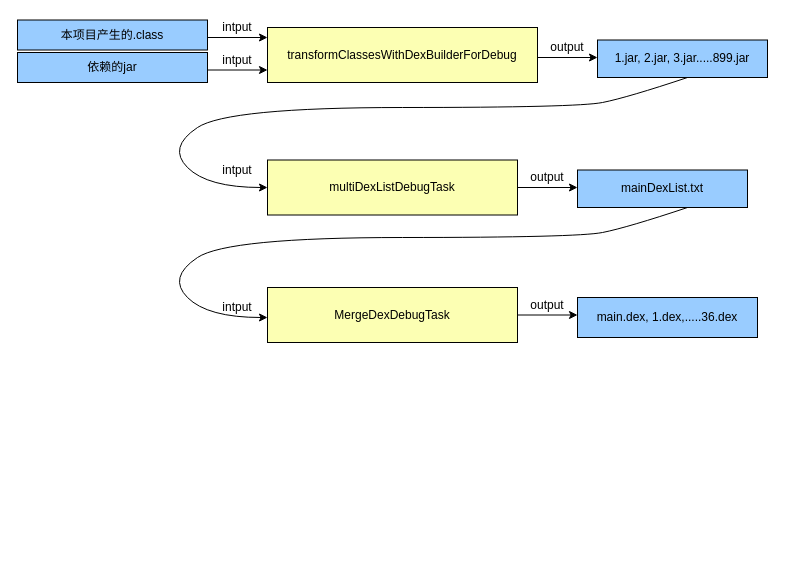
shinecjj/UML keeps this draw.io diagram as page "Page-5" (5 of 6) of T9.drawio. Above is the earlier version. Source tidied: cells renumbered, new cells numbered last; positions are measured from the earlier drawing's top-left corner, leaving out a move shared by most shapes. Both pictures are drawn from the tidied source at 100%, with x=0, y=0 at pixel (17, 17).
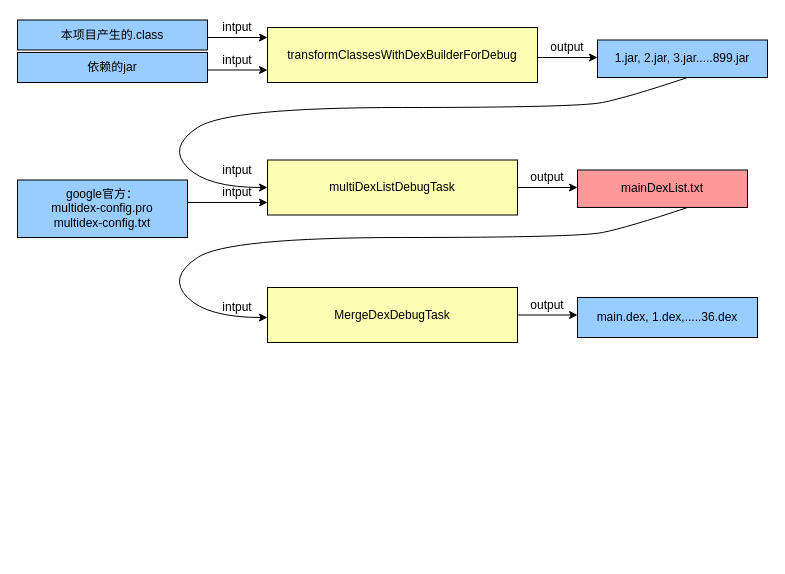
The same diagram, later.

The edit, as a diff of the source:
```diff
@@
-    <mxCell id="18" value="mainDexList.txt" style="rounded=0;whiteSpace=wrap;html=1;strokeColor=#000000;fillColor=#99CCFF;" parent="1" vertex="1">
+    <mxCell id="18" value="mainDexList.txt" style="rounded=0;whiteSpace=wrap;html=1;strokeColor=#000000;fillColor=#FF9999;" parent="1" vertex="1">
       <mxGeometry x="560" y="152.5" width="170" height="37.5" as="geometry" />
     </mxCell>
@@
+    <mxCell id="24" value="&lt;pre class=&quot;lang-groovy&quot; translate=&quot;no&quot; dir=&quot;ltr&quot; style=&quot;box-sizing: inherit ; font-style: normal ; font-weight: 400 ; font-size: 14px ; padding-left: 23px ; direction: ltr ; text-align: left ; margin: 0px ; overflow-x: auto ; position: relative ; letter-spacing: normal ; text-indent: 0px ; text-transform: none ; word-spacing: 0px&quot;&gt;&lt;br&gt;&lt;/pre&gt;" style="text;whiteSpace=wrap;html=1;" parent="1" vertex="1">
+      <mxGeometry x="230" y="510" width="220" height="30" as="geometry" />
+    </mxCell>
+    <mxCell id="25" style="endArrow=classic;html=1;strokeColor=#000000;fillColor=#FFFFFF;exitX=1;exitY=0.391;exitDx=0;exitDy=0;exitPerimeter=0;" parent="1" edge="1" source="27">
+      <mxGeometry relative="1" as="geometry">
+        <mxPoint x="250" y="185" as="targetPoint" />
+      </mxGeometry>
+    </mxCell>
+    <mxCell id="26" value="intput" style="text;html=1;strokeColor=none;fillColor=none;align=center;verticalAlign=middle;whiteSpace=wrap;rounded=0;" parent="1" vertex="1">
+      <mxGeometry x="200" y="165" width="40" height="20" as="geometry" />
+    </mxCell>
+    <mxCell id="27" value="&lt;div&gt;google官方：&lt;/div&gt;&lt;div&gt;multidex-config.pro&lt;/div&gt;&lt;div&gt;multidex-config.txt&lt;/div&gt;" style="rounded=0;whiteSpace=wrap;html=1;strokeColor=#000000;fillColor=#99CCFF;" parent="1" vertex="1">
+      <mxGeometry y="162.5" width="170" height="57.5" as="geometry" />
+    </mxCell>
```
